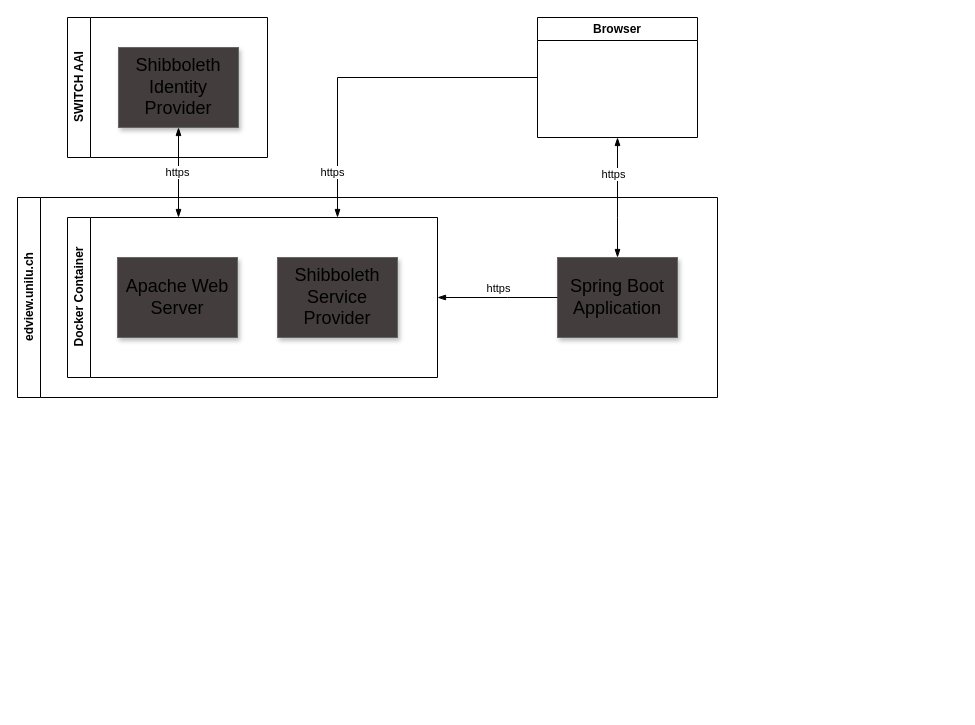
Before: doc/SwitchAAI.drawio in puzzle/unilu-pruefungsabfrage, a draw.io diagram. Source tidied: cells renumbered, new cells numbered last; positions are measured from the earlier drawing's top-left corner, leaving out a move shared by most shapes. Both pictures are drawn from the tidied source at 100%, with x=0, y=0 at pixel (17, 17).
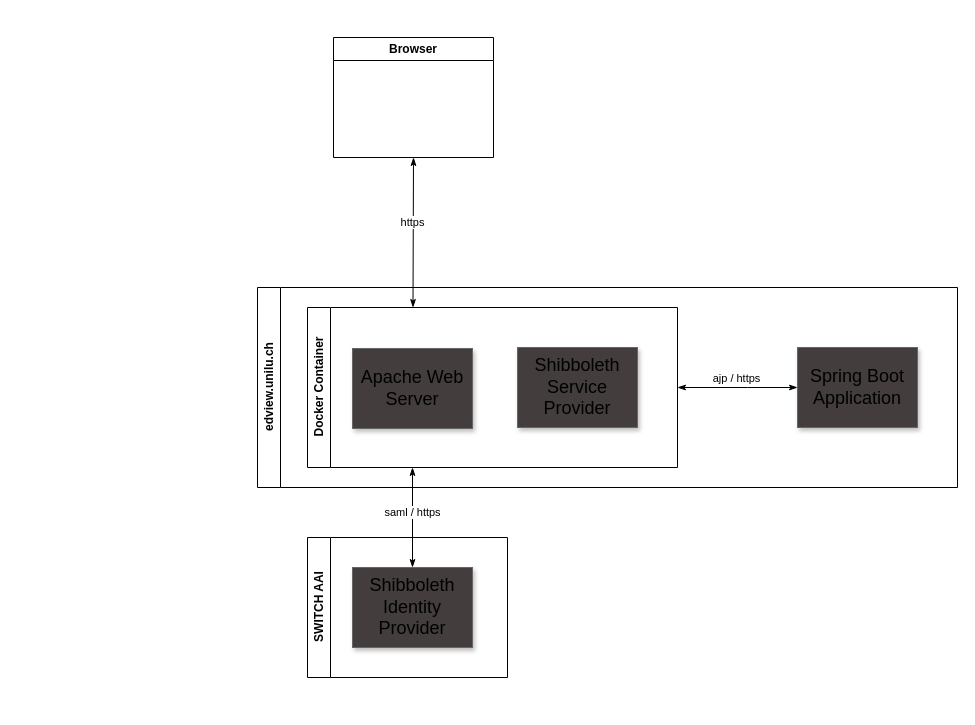
The same diagram, later.

Diff of the diagram source:
```diff
@@
     <mxCell id="2" value="Shibboleth Service Provider" style="whiteSpace=wrap;html=1;shadow=1;fontSize=18;fillColor=#433D3D;strokeColor=#666666;" parent="1" vertex="1">
-      <mxGeometry x="260" y="240" width="120" height="80" as="geometry" />
+      <mxGeometry x="500" y="330" width="120" height="80" as="geometry" />
     </mxCell>
-    <mxCell id="3" style="edgeStyle=elbowEdgeStyle;rounded=0;html=1;startArrow=blockThin;startFill=1;jettySize=auto;fontSize=18;entryX=0.25;entryY=0;entryDx=0;entryDy=0;endArrow=blockThin;endFill=1;exitX=0.5;exitY=1;exitDx=0;exitDy=0;" parent="1" edge="1" source="17">
+    <mxCell id="3" style="edgeStyle=elbowEdgeStyle;rounded=0;html=1;startArrow=classicThin;startFill=1;jettySize=auto;fontSize=18;endArrow=classicThin;endFill=1;exitX=0.5;exitY=0;exitDx=0;exitDy=0;" parent="1" edge="1" source="17">
       <mxGeometry relative="1" as="geometry">
-        <mxPoint x="160.5" y="200" as="targetPoint" />
+        <mxPoint x="395" y="450" as="targetPoint" />
         <Array as="points">
-          <mxPoint x="161" y="160" />
-          <mxPoint x="845" y="684" />
+          <mxPoint x="395" y="470" />
         </Array>
       </mxGeometry>
     </mxCell>
-    <mxCell id="4" value="Apache Web Server" style="whiteSpace=wrap;html=1;shadow=1;fontSize=18;fillColor=#433D3D;strokeColor=#666666;gradientColor=none;" parent="1" vertex="1">
-      <mxGeometry x="100" y="240" width="120" height="80" as="geometry" />
-    </mxCell>
     <mxCell id="5" value="Spring Boot Application" style="whiteSpace=wrap;html=1;shadow=1;fontSize=18;fillColor=#433D3D;strokeColor=#666666;" parent="1" vertex="1">
-      <mxGeometry x="540" y="240" width="120" height="80" as="geometry" />
+      <mxGeometry x="780" y="330" width="120" height="80" as="geometry" />
     </mxCell>
     <mxCell id="6" value="Browser" style="swimlane;whiteSpace=wrap;html=1;" parent="1" vertex="1">
-      <mxGeometry x="520" width="160" height="120" as="geometry" />
+      <mxGeometry x="316" y="20" width="160" height="120" as="geometry" />
     </mxCell>
     <mxCell id="7" value="Docker Container" style="swimlane;horizontal=0;whiteSpace=wrap;html=1;" parent="1" vertex="1">
-      <mxGeometry x="50" y="200" width="370" height="160" as="geometry" />
+      <mxGeometry x="290" y="290" width="370" height="160" as="geometry" />
     </mxCell>
-    <mxCell id="8" style="edgeStyle=elbowEdgeStyle;rounded=0;html=1;startArrow=none;startFill=0;jettySize=auto;fontSize=18;exitX=0;exitY=0.5;exitDx=0;exitDy=0;endArrow=blockThin;endFill=1;" parent="1" edge="1" source="5">
+    <mxCell id="8" style="edgeStyle=elbowEdgeStyle;rounded=0;html=1;startArrow=classicThin;startFill=1;jettySize=auto;orthogonalLoop=1;fontSize=18;endArrow=classicThin;endFill=1;" parent="1" edge="1">
       <mxGeometry relative="1" as="geometry">
-        <mxPoint x="420" y="280" as="targetPoint" />
+        <mxPoint x="780" y="370" as="sourcePoint" />
+        <mxPoint x="660" y="370" as="targetPoint" />
         <Array as="points">
-          <mxPoint x="490" y="290" />
-          <mxPoint x="855" y="694" />
+          <mxPoint x="730" y="380" />
+          <mxPoint x="1095" y="784" />
         </Array>
       </mxGeometry>
     </mxCell>
-    <mxCell id="9" value="https" style="edgeLabel;html=1;align=center;verticalAlign=middle;" parent="8" vertex="1">
+    <mxCell id="9" value="ajp / https" style="edgeLabel;html=1;align=center;verticalAlign=middle;" parent="8" vertex="1">
       <mxGeometry x="0.47" y="-3" relative="1" as="geometry">
-        <mxPoint x="28" y="-7" as="offset" />
+        <mxPoint x="26" y="-7" as="offset" />
       </mxGeometry>
     </mxCell>
-    <mxCell id="10" style="edgeStyle=elbowEdgeStyle;rounded=0;html=1;startArrow=blockThin;startFill=1;jettySize=auto;fontSize=18;exitX=0.5;exitY=1;exitDx=0;exitDy=0;entryX=0.5;entryY=0;entryDx=0;entryDy=0;endArrow=blockThin;endFill=1;elbow=horizontal;" parent="1" edge="1" source="6" target="5">
-      <mxGeometry relative="1" as="geometry">
-        <Array as="points">
-          <mxPoint x="600" y="200" />
-          <mxPoint x="855" y="694" />
-        </Array>
-      </mxGeometry>
-    </mxCell>
-    <mxCell id="11" style="edgeStyle=elbowEdgeStyle;rounded=0;html=1;startArrow=none;startFill=0;jettySize=auto;fontSize=18;exitX=0;exitY=0.5;exitDx=0;exitDy=0;endArrow=blockThin;endFill=1;" parent="1" edge="1" source="6">
+    <mxCell id="11" style="edgeStyle=elbowEdgeStyle;rounded=0;html=1;startArrow=classicThin;startFill=1;jettySize=auto;orthogonalLoop=1;fontSize=18;endArrow=classicThin;endFill=1;" parent="1" edge="1">
       <mxGeometry relative="1" as="geometry">
-        <mxPoint x="320" y="200" as="targetPoint" />
+        <mxPoint x="396" y="140" as="sourcePoint" />
+        <mxPoint x="395" y="290" as="targetPoint" />
         <Array as="points">
-          <mxPoint x="320" y="100" />
-          <mxPoint x="865" y="704" />
+          <mxPoint x="395.5" y="320" />
+          <mxPoint x="538.5" y="694" />
         </Array>
       </mxGeometry>
     </mxCell>
-    <mxCell id="12" value="https" style="edgeLabel;html=1;align=center;verticalAlign=middle;" parent="1" vertex="1">
-      <mxGeometry x="480" y="240" as="geometry">
-        <mxPoint x="115" y="-84" as="offset" />
-      </mxGeometry>
-    </mxCell>
-    <mxCell id="13" value="https" style="edgeLabel;html=1;align=center;verticalAlign=middle;" parent="1" vertex="1">
-      <mxGeometry x="390" y="350" as="geometry">
+    <mxCell id="13" value="saml / https" style="edgeLabel;html=1;align=center;verticalAlign=middle;" parent="1" vertex="1">
+      <mxGeometry x="470" y="690" as="geometry">
         <mxPoint x="-76" y="-196" as="offset" />
       </mxGeometry>
     </mxCell>
     <mxCell id="14" value="https" style="edgeLabel;html=1;align=center;verticalAlign=middle;" parent="1" vertex="1">
-      <mxGeometry x="235" y="350" as="geometry">
+      <mxGeometry x="470" y="400" as="geometry">
         <mxPoint x="-76" y="-196" as="offset" />
       </mxGeometry>
     </mxCell>
     <mxCell id="15" value="edview.unilu.ch" style="swimlane;horizontal=0;whiteSpace=wrap;html=1;" parent="1" vertex="1">
-      <mxGeometry y="180" width="700" height="200" as="geometry" />
+      <mxGeometry x="240" y="270" width="700" height="200" as="geometry" />
     </mxCell>
+    <mxCell id="4" value="Apache Web Server" style="whiteSpace=wrap;html=1;shadow=1;fontSize=18;fillColor=#433D3D;strokeColor=#666666;gradientColor=none;" parent="15" vertex="1">
+      <mxGeometry x="95" y="61" width="120" height="80" as="geometry" />
+    </mxCell>
     <mxCell id="16" value="SWITCH AAI" style="swimlane;horizontal=0;whiteSpace=wrap;html=1;" parent="1" vertex="1">
-      <mxGeometry x="50" width="200" height="140" as="geometry" />
+      <mxGeometry x="290" y="520" width="200" height="140" as="geometry" />
     </mxCell>
     <mxCell id="17" value="Shibboleth Identity Provider" style="whiteSpace=wrap;html=1;shadow=1;fontSize=18;fillColor=#433D3D;strokeColor=#666666;" parent="16" vertex="1">
-      <mxGeometry x="51" y="30" width="120" height="80" as="geometry" />
+      <mxGeometry x="45" y="30" width="120" height="80" as="geometry" />
     </mxCell>
```
